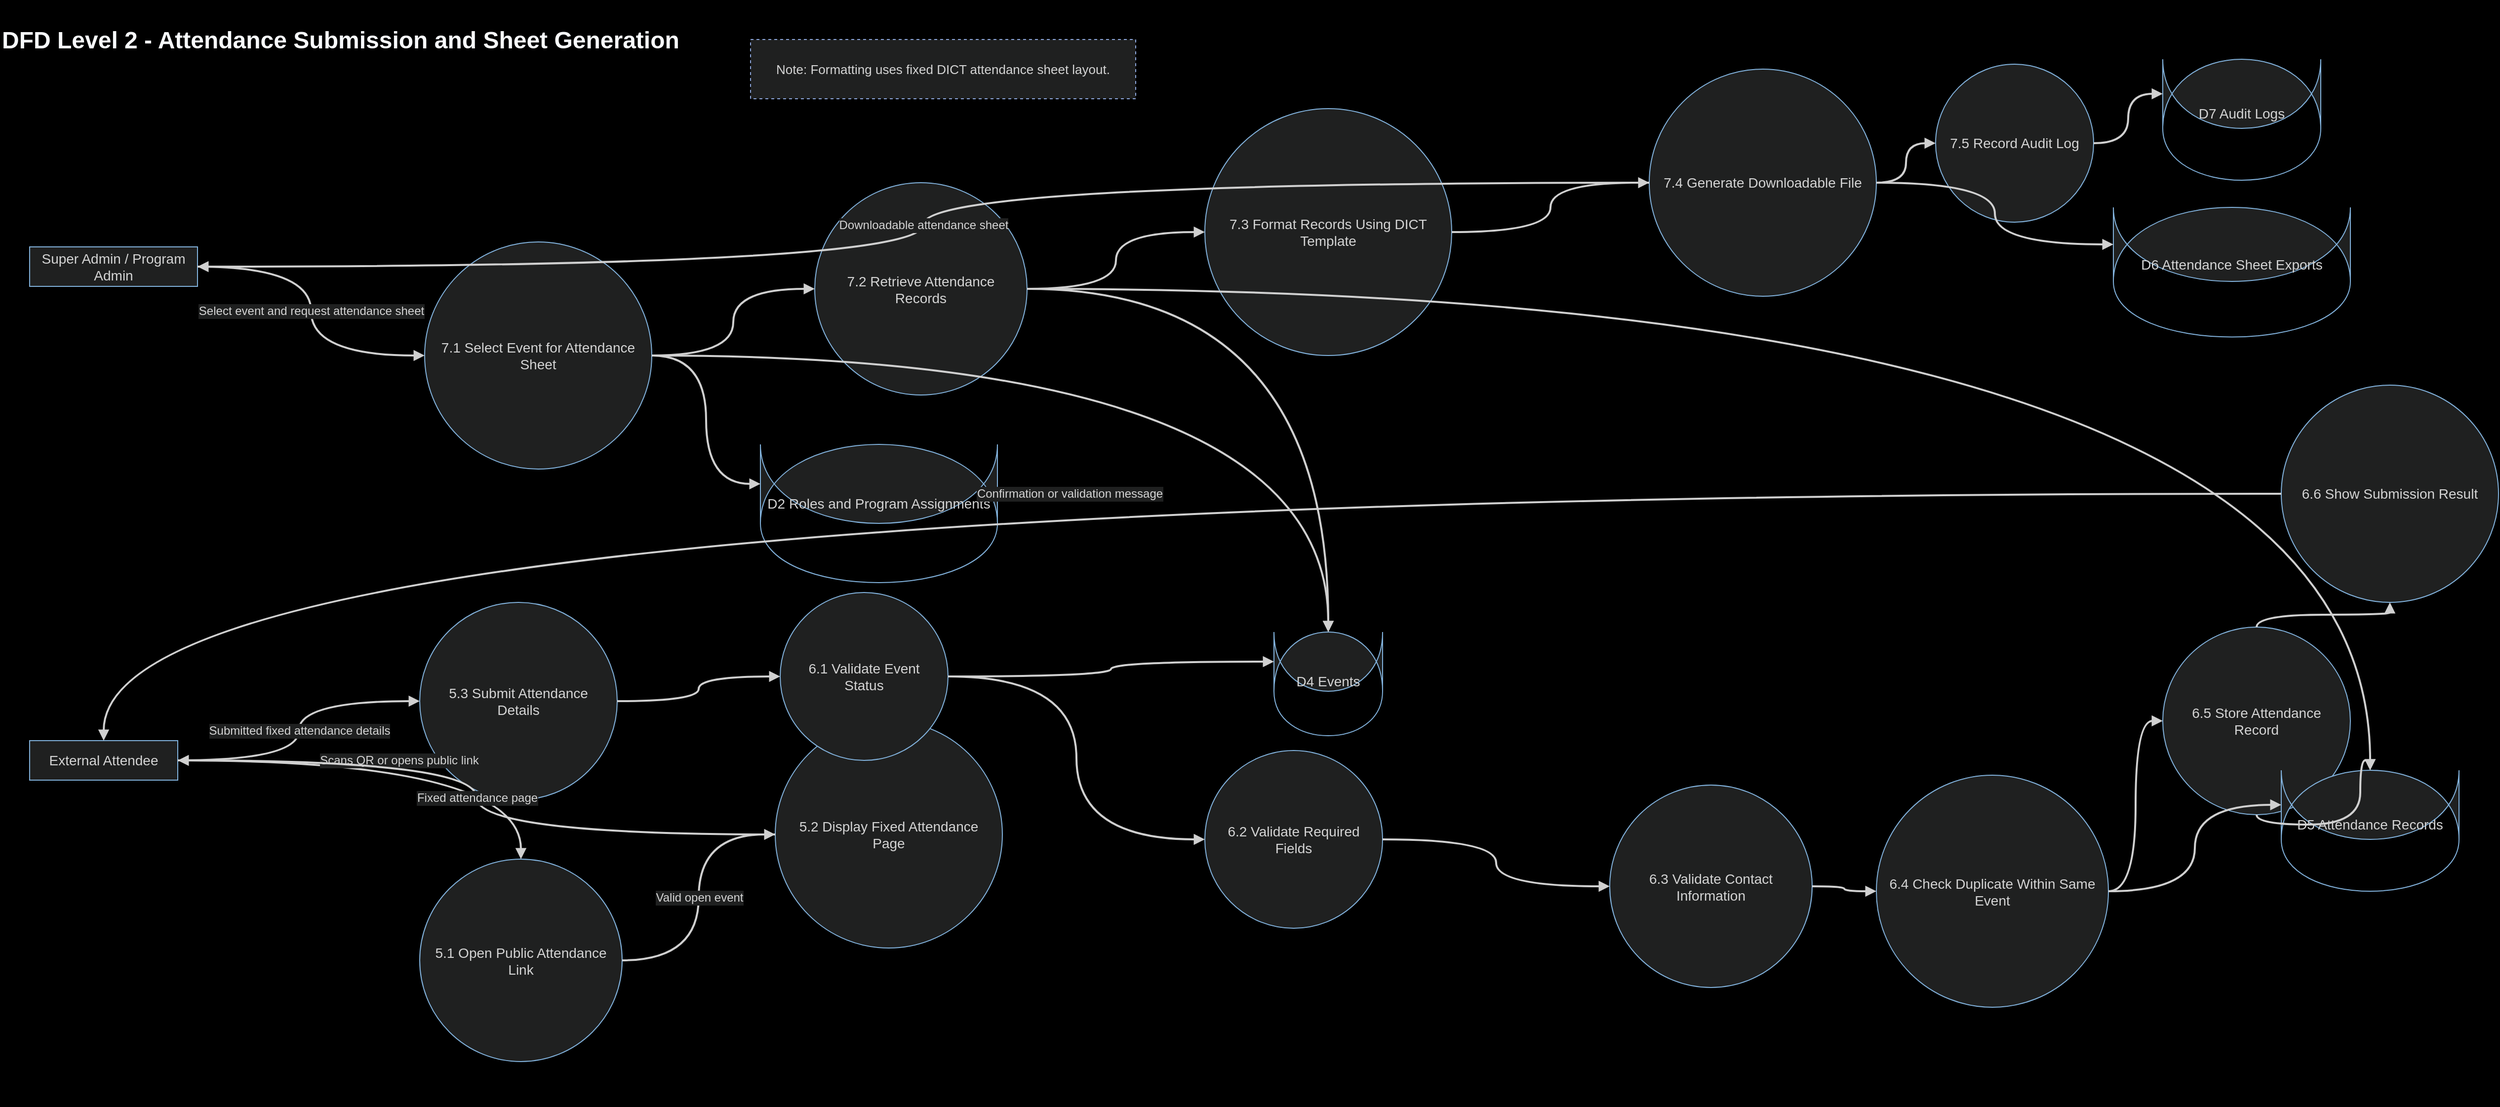
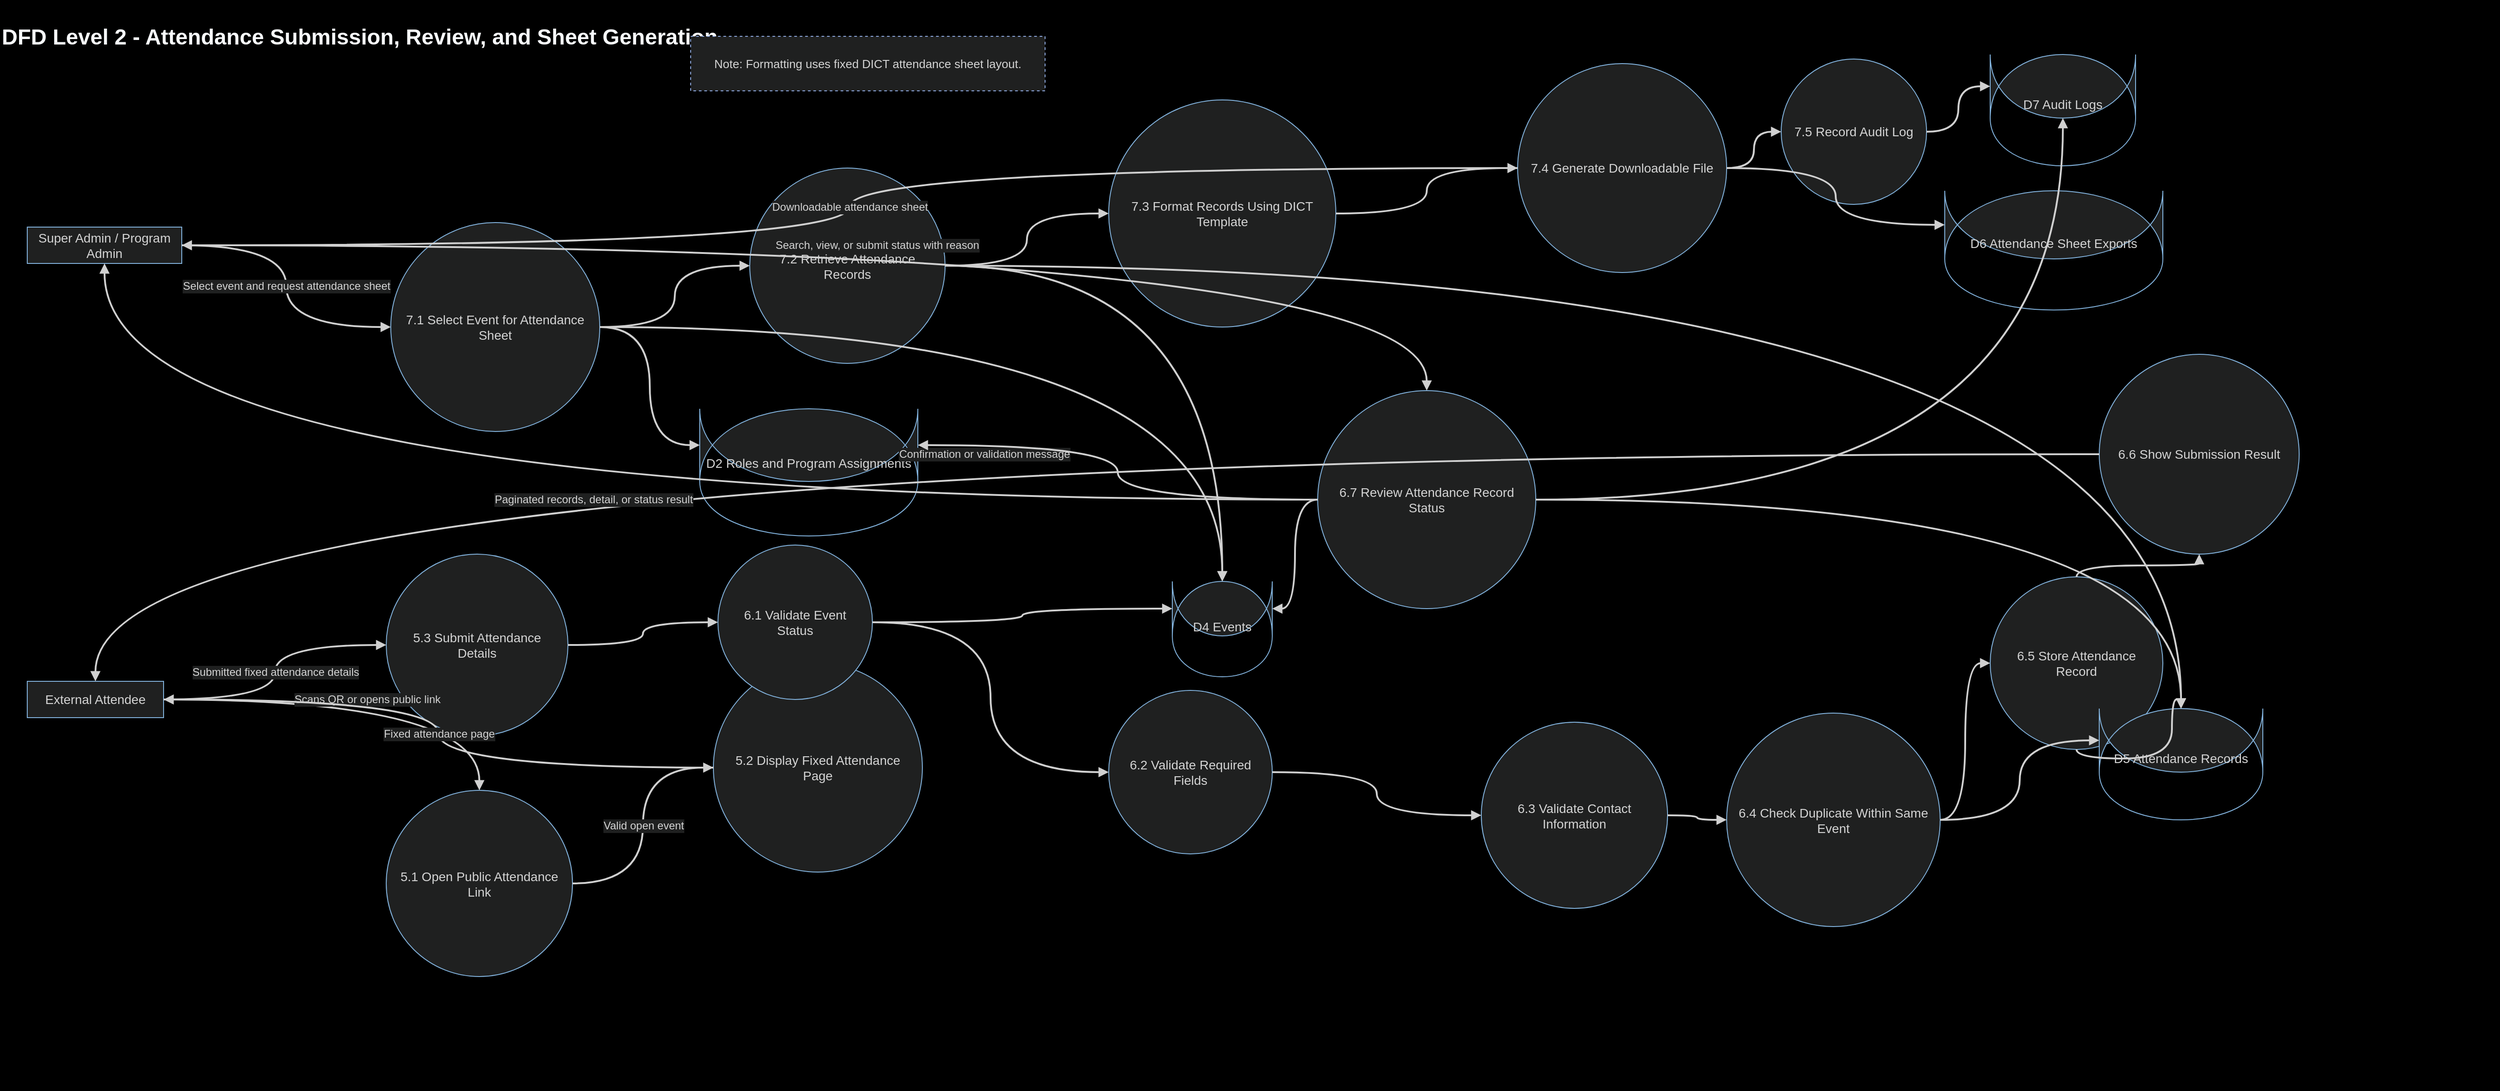
<?xml version='1.0' encoding='utf-8'?>
- <mxfile host="app.diagrams.net"><diagram name="DFD Level 2 - Attendance Submission and Sheet Generation"><mxGraphModel dx="2500" dy="1120" grid="1" gridSize="10" guides="1" tooltips="1" connect="1" arrows="1" fold="1" page="1" pageScale="1" pageWidth="2500" pageHeight="1120" background="#000000" math="0" shadow="0"><root><mxCell id="0" /><mxCell id="1" parent="0" /><mxCell id="background" value="" style="rounded=0;whiteSpace=wrap;html=1;fillColor=#000000;strokeColor=none;locked=1;" vertex="1" parent="1"><mxGeometry x="0" y="0" width="2500" height="1120" as="geometry" /></mxCell><mxCell id="title" value="DFD Level 2 - Attendance Submission and Sheet Generation" style="text;html=1;strokeColor=none;fillColor=none;fontColor=#f8fafc;fontStyle=1;fontSize=24;" vertex="1" parent="1"><mxGeometry x="0" y="20" width="2500" height="40" as="geometry" /></mxCell><mxCell id="note_template" value="Note: Formatting uses fixed DICT attendance sheet layout." style="rounded=0;whiteSpace=wrap;html=1;strokeColor=#8CA6DB;fillColor=#1f2020;fontColor=#d4d4d4;fontSize=13;spacing=8;dashed=1;" vertex="1" parent="1"><mxGeometry x="760" y="40" width="390" height="60" as="geometry" /></mxCell><mxCell id="admin" value="Super Admin / Program Admin" style="rounded=0;whiteSpace=wrap;html=1;strokeColor=#81B1DB;fillColor=#1f2020;fontColor=#d4d4d4;fontStyle=0;fontSize=14;spacing=8;" vertex="1" parent="1"><mxGeometry x="30" y="250" width="170" height="40" as="geometry" /></mxCell><mxCell id="attendee" value="External Attendee" style="rounded=0;whiteSpace=wrap;html=1;strokeColor=#81B1DB;fillColor=#1f2020;fontColor=#d4d4d4;fontStyle=0;fontSize=14;spacing=8;" vertex="1" parent="1"><mxGeometry x="30" y="750" width="150" height="40" as="geometry" /></mxCell><mxCell id="p71" value="7.1 Select Event for Attendance Sheet" style="ellipse;whiteSpace=wrap;html=1;strokeColor=#81B1DB;fillColor=#1f2020;fontColor=#d4d4d4;fontStyle=0;fontSize=14;spacing=8;" vertex="1" parent="1"><mxGeometry x="430" y="245" width="230" height="230" as="geometry" /></mxCell><mxCell id="p72" value="7.2 Retrieve Attendance Records" style="ellipse;whiteSpace=wrap;html=1;strokeColor=#81B1DB;fillColor=#1f2020;fontColor=#d4d4d4;fontStyle=0;fontSize=14;spacing=8;" vertex="1" parent="1"><mxGeometry x="825" y="185" width="215" height="215" as="geometry" /></mxCell><mxCell id="p73" value="7.3 Format Records Using DICT Template" style="ellipse;whiteSpace=wrap;html=1;strokeColor=#81B1DB;fillColor=#1f2020;fontColor=#d4d4d4;fontStyle=0;fontSize=14;spacing=8;" vertex="1" parent="1"><mxGeometry x="1220" y="110" width="250" height="250" as="geometry" /></mxCell><mxCell id="p74" value="7.4 Generate Downloadable File" style="ellipse;whiteSpace=wrap;html=1;strokeColor=#81B1DB;fillColor=#1f2020;fontColor=#d4d4d4;fontStyle=0;fontSize=14;spacing=8;" vertex="1" parent="1"><mxGeometry x="1670" y="70" width="230" height="230" as="geometry" /></mxCell><mxCell id="p75" value="7.5 Record Audit Log" style="ellipse;whiteSpace=wrap;html=1;strokeColor=#81B1DB;fillColor=#1f2020;fontColor=#d4d4d4;fontStyle=0;fontSize=14;spacing=8;" vertex="1" parent="1"><mxGeometry x="1960" y="65" width="160" height="160" as="geometry" /></mxCell><mxCell id="p51" value="5.1 Open Public Attendance Link" style="ellipse;whiteSpace=wrap;html=1;strokeColor=#81B1DB;fillColor=#1f2020;fontColor=#d4d4d4;fontStyle=0;fontSize=14;spacing=8;" vertex="1" parent="1"><mxGeometry x="425" y="870" width="205" height="205" as="geometry" /></mxCell><mxCell id="p52" value="5.2 Display Fixed Attendance Page" style="ellipse;whiteSpace=wrap;html=1;strokeColor=#81B1DB;fillColor=#1f2020;fontColor=#d4d4d4;fontStyle=0;fontSize=14;spacing=8;" vertex="1" parent="1"><mxGeometry x="785" y="730" width="230" height="230" as="geometry" /></mxCell><mxCell id="p53" value="5.3 Submit Attendance Details" style="ellipse;whiteSpace=wrap;html=1;strokeColor=#81B1DB;fillColor=#1f2020;fontColor=#d4d4d4;fontStyle=0;fontSize=14;spacing=8;" vertex="1" parent="1"><mxGeometry x="425" y="610" width="200" height="200" as="geometry" /></mxCell><mxCell id="p61" value="6.1 Validate Event Status" style="ellipse;whiteSpace=wrap;html=1;strokeColor=#81B1DB;fillColor=#1f2020;fontColor=#d4d4d4;fontStyle=0;fontSize=14;spacing=8;" vertex="1" parent="1"><mxGeometry x="790" y="600" width="170" height="170" as="geometry" /></mxCell><mxCell id="p62" value="6.2 Validate Required Fields" style="ellipse;whiteSpace=wrap;html=1;strokeColor=#81B1DB;fillColor=#1f2020;fontColor=#d4d4d4;fontStyle=0;fontSize=14;spacing=8;" vertex="1" parent="1"><mxGeometry x="1220" y="760" width="180" height="180" as="geometry" /></mxCell><mxCell id="p63" value="6.3 Validate Contact Information" style="ellipse;whiteSpace=wrap;html=1;strokeColor=#81B1DB;fillColor=#1f2020;fontColor=#d4d4d4;fontStyle=0;fontSize=14;spacing=8;" vertex="1" parent="1"><mxGeometry x="1630" y="795" width="205" height="205" as="geometry" /></mxCell><mxCell id="p64" value="6.4 Check Duplicate Within Same Event" style="ellipse;whiteSpace=wrap;html=1;strokeColor=#81B1DB;fillColor=#1f2020;fontColor=#d4d4d4;fontStyle=0;fontSize=14;spacing=8;" vertex="1" parent="1"><mxGeometry x="1900" y="785" width="235" height="235" as="geometry" /></mxCell><mxCell id="p65" value="6.5 Store Attendance Record" style="ellipse;whiteSpace=wrap;html=1;strokeColor=#81B1DB;fillColor=#1f2020;fontColor=#d4d4d4;fontStyle=0;fontSize=14;spacing=8;" vertex="1" parent="1"><mxGeometry x="2190" y="635" width="190" height="190" as="geometry" /></mxCell><mxCell id="p66" value="6.6 Show Submission Result" style="ellipse;whiteSpace=wrap;html=1;strokeColor=#81B1DB;fillColor=#1f2020;fontColor=#d4d4d4;fontStyle=0;fontSize=14;spacing=8;" vertex="1" parent="1"><mxGeometry x="2310" y="390" width="220" height="220" as="geometry" /></mxCell><mxCell id="d2" value="D2 Roles and Program Assignments" style="shape=cylinder;whiteSpace=wrap;html=1;boundedLbl=1;backgroundOutline=1;size=15;strokeColor=#81B1DB;fillColor=#1f2020;fontColor=#d4d4d4;fontSize=14;spacing=8;" vertex="1" parent="1"><mxGeometry x="770" y="450" width="240" height="80" as="geometry" /></mxCell><mxCell id="d4" value="D4 Events" style="shape=cylinder;whiteSpace=wrap;html=1;boundedLbl=1;backgroundOutline=1;size=15;strokeColor=#81B1DB;fillColor=#1f2020;fontColor=#d4d4d4;fontSize=14;spacing=8;" vertex="1" parent="1"><mxGeometry x="1290" y="640" width="110" height="60" as="geometry" /></mxCell><mxCell id="d5" value="D5 Attendance Records" style="shape=cylinder;whiteSpace=wrap;html=1;boundedLbl=1;backgroundOutline=1;size=15;strokeColor=#81B1DB;fillColor=#1f2020;fontColor=#d4d4d4;fontSize=14;spacing=8;" vertex="1" parent="1"><mxGeometry x="2310" y="780" width="180" height="70" as="geometry" /></mxCell><mxCell id="d6" value="D6 Attendance Sheet Exports" style="shape=cylinder;whiteSpace=wrap;html=1;boundedLbl=1;backgroundOutline=1;size=15;strokeColor=#81B1DB;fillColor=#1f2020;fontColor=#d4d4d4;fontSize=14;spacing=8;" vertex="1" parent="1"><mxGeometry x="2140" y="210" width="240" height="75" as="geometry" /></mxCell><mxCell id="d7" value="D7 Audit Logs" style="shape=cylinder;whiteSpace=wrap;html=1;boundedLbl=1;backgroundOutline=1;size=15;strokeColor=#81B1DB;fillColor=#1f2020;fontColor=#d4d4d4;fontSize=14;spacing=8;" vertex="1" parent="1"><mxGeometry x="2190" y="60" width="160" height="70" as="geometry" /></mxCell><mxCell id="e1" value="Scans QR or opens public link" style="edgeStyle=orthogonalEdgeStyle;rounded=1;curved=1;html=1;endArrow=block;strokeColor=#d0d0d0;fontColor=#d4d4d4;fontSize=12;labelBackgroundColor=#1f2020;strokeWidth=2;" edge="1" parent="1" source="attendee" target="p51"><mxGeometry relative="1" as="geometry" /></mxCell><mxCell id="e2" value="Valid open event" style="edgeStyle=orthogonalEdgeStyle;rounded=1;curved=1;html=1;endArrow=block;strokeColor=#d0d0d0;fontColor=#d4d4d4;fontSize=12;labelBackgroundColor=#1f2020;strokeWidth=2;" edge="1" parent="1" source="p51" target="p52"><mxGeometry relative="1" as="geometry" /></mxCell><mxCell id="e3" value="Fixed attendance page" style="edgeStyle=orthogonalEdgeStyle;rounded=1;curved=1;html=1;endArrow=block;strokeColor=#d0d0d0;fontColor=#d4d4d4;fontSize=12;labelBackgroundColor=#1f2020;strokeWidth=2;" edge="1" parent="1" source="p52" target="attendee"><mxGeometry relative="1" as="geometry" /></mxCell><mxCell id="e4" value="Submitted fixed attendance details" style="edgeStyle=orthogonalEdgeStyle;rounded=1;curved=1;html=1;endArrow=block;strokeColor=#d0d0d0;fontColor=#d4d4d4;fontSize=12;labelBackgroundColor=#1f2020;strokeWidth=2;" edge="1" parent="1" source="attendee" target="p53"><mxGeometry relative="1" as="geometry" /></mxCell><mxCell id="e5" value="" style="edgeStyle=orthogonalEdgeStyle;rounded=1;curved=1;html=1;endArrow=block;strokeColor=#d0d0d0;fontColor=#d4d4d4;fontSize=12;labelBackgroundColor=#1f2020;strokeWidth=2;" edge="1" parent="1" source="p53" target="p61"><mxGeometry relative="1" as="geometry" /></mxCell><mxCell id="e6" value="" style="edgeStyle=orthogonalEdgeStyle;rounded=1;curved=1;html=1;endArrow=block;strokeColor=#d0d0d0;fontColor=#d4d4d4;fontSize=12;labelBackgroundColor=#1f2020;strokeWidth=2;" edge="1" parent="1" source="p61" target="d4"><mxGeometry relative="1" as="geometry" /></mxCell><mxCell id="e7" value="" style="edgeStyle=orthogonalEdgeStyle;rounded=1;curved=1;html=1;endArrow=block;strokeColor=#d0d0d0;fontColor=#d4d4d4;fontSize=12;labelBackgroundColor=#1f2020;strokeWidth=2;" edge="1" parent="1" source="p61" target="p62"><mxGeometry relative="1" as="geometry" /></mxCell><mxCell id="e8" value="" style="edgeStyle=orthogonalEdgeStyle;rounded=1;curved=1;html=1;endArrow=block;strokeColor=#d0d0d0;fontColor=#d4d4d4;fontSize=12;labelBackgroundColor=#1f2020;strokeWidth=2;" edge="1" parent="1" source="p62" target="p63"><mxGeometry relative="1" as="geometry" /></mxCell><mxCell id="e9" value="" style="edgeStyle=orthogonalEdgeStyle;rounded=1;curved=1;html=1;endArrow=block;strokeColor=#d0d0d0;fontColor=#d4d4d4;fontSize=12;labelBackgroundColor=#1f2020;strokeWidth=2;" edge="1" parent="1" source="p63" target="p64"><mxGeometry relative="1" as="geometry" /></mxCell><mxCell id="e10" value="" style="edgeStyle=orthogonalEdgeStyle;rounded=1;curved=1;html=1;endArrow=block;strokeColor=#d0d0d0;fontColor=#d4d4d4;fontSize=12;labelBackgroundColor=#1f2020;strokeWidth=2;" edge="1" parent="1" source="p64" target="p65"><mxGeometry relative="1" as="geometry" /></mxCell><mxCell id="e11" value="" style="edgeStyle=orthogonalEdgeStyle;rounded=1;curved=1;html=1;endArrow=block;strokeColor=#d0d0d0;fontColor=#d4d4d4;fontSize=12;labelBackgroundColor=#1f2020;strokeWidth=2;" edge="1" parent="1" source="p64" target="d5"><mxGeometry relative="1" as="geometry" /></mxCell><mxCell id="e12" value="" style="edgeStyle=orthogonalEdgeStyle;rounded=1;curved=1;html=1;endArrow=block;strokeColor=#d0d0d0;fontColor=#d4d4d4;fontSize=12;labelBackgroundColor=#1f2020;strokeWidth=2;" edge="1" parent="1" source="p65" target="d5"><mxGeometry relative="1" as="geometry" /></mxCell><mxCell id="e13" value="" style="edgeStyle=orthogonalEdgeStyle;rounded=1;curved=1;html=1;endArrow=block;strokeColor=#d0d0d0;fontColor=#d4d4d4;fontSize=12;labelBackgroundColor=#1f2020;strokeWidth=2;" edge="1" parent="1" source="p65" target="p66"><mxGeometry relative="1" as="geometry" /></mxCell><mxCell id="e14" value="Confirmation or validation message" style="edgeStyle=orthogonalEdgeStyle;rounded=1;curved=1;html=1;endArrow=block;strokeColor=#d0d0d0;fontColor=#d4d4d4;fontSize=12;labelBackgroundColor=#1f2020;strokeWidth=2;" edge="1" parent="1" source="p66" target="attendee"><mxGeometry relative="1" as="geometry" /></mxCell><mxCell id="e15" value="Select event and request attendance sheet" style="edgeStyle=orthogonalEdgeStyle;rounded=1;curved=1;html=1;endArrow=block;strokeColor=#d0d0d0;fontColor=#d4d4d4;fontSize=12;labelBackgroundColor=#1f2020;strokeWidth=2;" edge="1" parent="1" source="admin" target="p71"><mxGeometry relative="1" as="geometry" /></mxCell><mxCell id="e16" value="" style="edgeStyle=orthogonalEdgeStyle;rounded=1;curved=1;html=1;endArrow=block;strokeColor=#d0d0d0;fontColor=#d4d4d4;fontSize=12;labelBackgroundColor=#1f2020;strokeWidth=2;" edge="1" parent="1" source="p71" target="d2"><mxGeometry relative="1" as="geometry" /></mxCell><mxCell id="e17" value="" style="edgeStyle=orthogonalEdgeStyle;rounded=1;curved=1;html=1;endArrow=block;strokeColor=#d0d0d0;fontColor=#d4d4d4;fontSize=12;labelBackgroundColor=#1f2020;strokeWidth=2;" edge="1" parent="1" source="p71" target="d4"><mxGeometry relative="1" as="geometry" /></mxCell><mxCell id="e18" value="" style="edgeStyle=orthogonalEdgeStyle;rounded=1;curved=1;html=1;endArrow=block;strokeColor=#d0d0d0;fontColor=#d4d4d4;fontSize=12;labelBackgroundColor=#1f2020;strokeWidth=2;" edge="1" parent="1" source="p71" target="p72"><mxGeometry relative="1" as="geometry" /></mxCell><mxCell id="e19" value="" style="edgeStyle=orthogonalEdgeStyle;rounded=1;curved=1;html=1;endArrow=block;strokeColor=#d0d0d0;fontColor=#d4d4d4;fontSize=12;labelBackgroundColor=#1f2020;strokeWidth=2;" edge="1" parent="1" source="p72" target="d4"><mxGeometry relative="1" as="geometry" /></mxCell><mxCell id="e20" value="" style="edgeStyle=orthogonalEdgeStyle;rounded=1;curved=1;html=1;endArrow=block;strokeColor=#d0d0d0;fontColor=#d4d4d4;fontSize=12;labelBackgroundColor=#1f2020;strokeWidth=2;" edge="1" parent="1" source="p72" target="d5"><mxGeometry relative="1" as="geometry" /></mxCell><mxCell id="e21" value="" style="edgeStyle=orthogonalEdgeStyle;rounded=1;curved=1;html=1;endArrow=block;strokeColor=#d0d0d0;fontColor=#d4d4d4;fontSize=12;labelBackgroundColor=#1f2020;strokeWidth=2;" edge="1" parent="1" source="p72" target="p73"><mxGeometry relative="1" as="geometry" /></mxCell><mxCell id="e22" value="" style="edgeStyle=orthogonalEdgeStyle;rounded=1;curved=1;html=1;endArrow=block;strokeColor=#d0d0d0;fontColor=#d4d4d4;fontSize=12;labelBackgroundColor=#1f2020;strokeWidth=2;" edge="1" parent="1" source="p73" target="p74"><mxGeometry relative="1" as="geometry" /></mxCell><mxCell id="e23" value="Downloadable attendance sheet" style="edgeStyle=orthogonalEdgeStyle;rounded=1;curved=1;html=1;endArrow=block;strokeColor=#d0d0d0;fontColor=#d4d4d4;fontSize=12;labelBackgroundColor=#1f2020;strokeWidth=2;" edge="1" parent="1" source="p74" target="admin"><mxGeometry relative="1" as="geometry" /></mxCell><mxCell id="e24" value="" style="edgeStyle=orthogonalEdgeStyle;rounded=1;curved=1;html=1;endArrow=block;strokeColor=#d0d0d0;fontColor=#d4d4d4;fontSize=12;labelBackgroundColor=#1f2020;strokeWidth=2;" edge="1" parent="1" source="p74" target="d6"><mxGeometry relative="1" as="geometry" /></mxCell><mxCell id="e25" value="" style="edgeStyle=orthogonalEdgeStyle;rounded=1;curved=1;html=1;endArrow=block;strokeColor=#d0d0d0;fontColor=#d4d4d4;fontSize=12;labelBackgroundColor=#1f2020;strokeWidth=2;" edge="1" parent="1" source="p74" target="p75"><mxGeometry relative="1" as="geometry" /></mxCell><mxCell id="e26" value="" style="edgeStyle=orthogonalEdgeStyle;rounded=1;curved=1;html=1;endArrow=block;strokeColor=#d0d0d0;fontColor=#d4d4d4;fontSize=12;labelBackgroundColor=#1f2020;strokeWidth=2;" edge="1" parent="1" source="p75" target="d7"><mxGeometry relative="1" as="geometry" /></mxCell></root></mxGraphModel></diagram></mxfile>+ <mxfile host="app.diagrams.net"><diagram name="DFD Level 2 - Attendance Submission, Review, and Sheet Generation"><mxGraphModel dx="2750" dy="1200" grid="1" gridSize="10" guides="1" tooltips="1" connect="1" arrows="1" fold="1" page="1" pageScale="1" pageWidth="2750" pageHeight="1200" background="#000000" math="0" shadow="0"><root><mxCell id="0" /><mxCell id="1" parent="0" /><mxCell id="background" value="" style="rounded=0;whiteSpace=wrap;html=1;fillColor=#000000;strokeColor=none;locked=1;" vertex="1" parent="1"><mxGeometry x="0" y="0" width="2750" height="1200" as="geometry" /></mxCell><mxCell id="title" value="DFD Level 2 - Attendance Submission, Review, and Sheet Generation" style="text;html=1;strokeColor=none;fillColor=none;fontColor=#f8fafc;fontStyle=1;fontSize=24;" vertex="1" parent="1"><mxGeometry x="0" y="20" width="2750" height="40" as="geometry" /></mxCell><mxCell id="note_template" value="Note: Formatting uses fixed DICT attendance sheet layout." style="rounded=0;whiteSpace=wrap;html=1;strokeColor=#8CA6DB;fillColor=#1f2020;fontColor=#d4d4d4;fontSize=13;spacing=8;dashed=1;" vertex="1" parent="1"><mxGeometry x="760" y="40" width="390" height="60" as="geometry" /></mxCell><mxCell id="admin" value="Super Admin / Program Admin" style="rounded=0;whiteSpace=wrap;html=1;strokeColor=#81B1DB;fillColor=#1f2020;fontColor=#d4d4d4;fontStyle=0;fontSize=14;spacing=8;" vertex="1" parent="1"><mxGeometry x="30" y="250" width="170" height="40" as="geometry" /></mxCell><mxCell id="attendee" value="External Attendee" style="rounded=0;whiteSpace=wrap;html=1;strokeColor=#81B1DB;fillColor=#1f2020;fontColor=#d4d4d4;fontStyle=0;fontSize=14;spacing=8;" vertex="1" parent="1"><mxGeometry x="30" y="750" width="150" height="40" as="geometry" /></mxCell><mxCell id="p71" value="7.1 Select Event for Attendance Sheet" style="ellipse;whiteSpace=wrap;html=1;strokeColor=#81B1DB;fillColor=#1f2020;fontColor=#d4d4d4;fontStyle=0;fontSize=14;spacing=8;" vertex="1" parent="1"><mxGeometry x="430" y="245" width="230" height="230" as="geometry" /></mxCell><mxCell id="p72" value="7.2 Retrieve Attendance Records" style="ellipse;whiteSpace=wrap;html=1;strokeColor=#81B1DB;fillColor=#1f2020;fontColor=#d4d4d4;fontStyle=0;fontSize=14;spacing=8;" vertex="1" parent="1"><mxGeometry x="825" y="185" width="215" height="215" as="geometry" /></mxCell><mxCell id="p73" value="7.3 Format Records Using DICT Template" style="ellipse;whiteSpace=wrap;html=1;strokeColor=#81B1DB;fillColor=#1f2020;fontColor=#d4d4d4;fontStyle=0;fontSize=14;spacing=8;" vertex="1" parent="1"><mxGeometry x="1220" y="110" width="250" height="250" as="geometry" /></mxCell><mxCell id="p74" value="7.4 Generate Downloadable File" style="ellipse;whiteSpace=wrap;html=1;strokeColor=#81B1DB;fillColor=#1f2020;fontColor=#d4d4d4;fontStyle=0;fontSize=14;spacing=8;" vertex="1" parent="1"><mxGeometry x="1670" y="70" width="230" height="230" as="geometry" /></mxCell><mxCell id="p75" value="7.5 Record Audit Log" style="ellipse;whiteSpace=wrap;html=1;strokeColor=#81B1DB;fillColor=#1f2020;fontColor=#d4d4d4;fontStyle=0;fontSize=14;spacing=8;" vertex="1" parent="1"><mxGeometry x="1960" y="65" width="160" height="160" as="geometry" /></mxCell><mxCell id="p51" value="5.1 Open Public Attendance Link" style="ellipse;whiteSpace=wrap;html=1;strokeColor=#81B1DB;fillColor=#1f2020;fontColor=#d4d4d4;fontStyle=0;fontSize=14;spacing=8;" vertex="1" parent="1"><mxGeometry x="425" y="870" width="205" height="205" as="geometry" /></mxCell><mxCell id="p52" value="5.2 Display Fixed Attendance Page" style="ellipse;whiteSpace=wrap;html=1;strokeColor=#81B1DB;fillColor=#1f2020;fontColor=#d4d4d4;fontStyle=0;fontSize=14;spacing=8;" vertex="1" parent="1"><mxGeometry x="785" y="730" width="230" height="230" as="geometry" /></mxCell><mxCell id="p53" value="5.3 Submit Attendance Details" style="ellipse;whiteSpace=wrap;html=1;strokeColor=#81B1DB;fillColor=#1f2020;fontColor=#d4d4d4;fontStyle=0;fontSize=14;spacing=8;" vertex="1" parent="1"><mxGeometry x="425" y="610" width="200" height="200" as="geometry" /></mxCell><mxCell id="p61" value="6.1 Validate Event Status" style="ellipse;whiteSpace=wrap;html=1;strokeColor=#81B1DB;fillColor=#1f2020;fontColor=#d4d4d4;fontStyle=0;fontSize=14;spacing=8;" vertex="1" parent="1"><mxGeometry x="790" y="600" width="170" height="170" as="geometry" /></mxCell><mxCell id="p62" value="6.2 Validate Required Fields" style="ellipse;whiteSpace=wrap;html=1;strokeColor=#81B1DB;fillColor=#1f2020;fontColor=#d4d4d4;fontStyle=0;fontSize=14;spacing=8;" vertex="1" parent="1"><mxGeometry x="1220" y="760" width="180" height="180" as="geometry" /></mxCell><mxCell id="p63" value="6.3 Validate Contact Information" style="ellipse;whiteSpace=wrap;html=1;strokeColor=#81B1DB;fillColor=#1f2020;fontColor=#d4d4d4;fontStyle=0;fontSize=14;spacing=8;" vertex="1" parent="1"><mxGeometry x="1630" y="795" width="205" height="205" as="geometry" /></mxCell><mxCell id="p64" value="6.4 Check Duplicate Within Same Event" style="ellipse;whiteSpace=wrap;html=1;strokeColor=#81B1DB;fillColor=#1f2020;fontColor=#d4d4d4;fontStyle=0;fontSize=14;spacing=8;" vertex="1" parent="1"><mxGeometry x="1900" y="785" width="235" height="235" as="geometry" /></mxCell><mxCell id="p65" value="6.5 Store Attendance Record" style="ellipse;whiteSpace=wrap;html=1;strokeColor=#81B1DB;fillColor=#1f2020;fontColor=#d4d4d4;fontStyle=0;fontSize=14;spacing=8;" vertex="1" parent="1"><mxGeometry x="2190" y="635" width="190" height="190" as="geometry" /></mxCell><mxCell id="p66" value="6.6 Show Submission Result" style="ellipse;whiteSpace=wrap;html=1;strokeColor=#81B1DB;fillColor=#1f2020;fontColor=#d4d4d4;fontStyle=0;fontSize=14;spacing=8;" vertex="1" parent="1"><mxGeometry x="2310" y="390" width="220" height="220" as="geometry" /></mxCell><mxCell id="p67" value="6.7 Review Attendance Record Status" style="ellipse;whiteSpace=wrap;html=1;strokeColor=#81B1DB;fillColor=#1f2020;fontColor=#d4d4d4;fontStyle=0;fontSize=14;spacing=8;" vertex="1" parent="1"><mxGeometry x="1450" y="430" width="240" height="240" as="geometry" /></mxCell><mxCell id="d2" value="D2 Roles and Program Assignments" style="shape=cylinder;whiteSpace=wrap;html=1;boundedLbl=1;backgroundOutline=1;size=15;strokeColor=#81B1DB;fillColor=#1f2020;fontColor=#d4d4d4;fontSize=14;spacing=8;" vertex="1" parent="1"><mxGeometry x="770" y="450" width="240" height="80" as="geometry" /></mxCell><mxCell id="d4" value="D4 Events" style="shape=cylinder;whiteSpace=wrap;html=1;boundedLbl=1;backgroundOutline=1;size=15;strokeColor=#81B1DB;fillColor=#1f2020;fontColor=#d4d4d4;fontSize=14;spacing=8;" vertex="1" parent="1"><mxGeometry x="1290" y="640" width="110" height="60" as="geometry" /></mxCell><mxCell id="d5" value="D5 Attendance Records" style="shape=cylinder;whiteSpace=wrap;html=1;boundedLbl=1;backgroundOutline=1;size=15;strokeColor=#81B1DB;fillColor=#1f2020;fontColor=#d4d4d4;fontSize=14;spacing=8;" vertex="1" parent="1"><mxGeometry x="2310" y="780" width="180" height="70" as="geometry" /></mxCell><mxCell id="d6" value="D6 Attendance Sheet Exports" style="shape=cylinder;whiteSpace=wrap;html=1;boundedLbl=1;backgroundOutline=1;size=15;strokeColor=#81B1DB;fillColor=#1f2020;fontColor=#d4d4d4;fontSize=14;spacing=8;" vertex="1" parent="1"><mxGeometry x="2140" y="210" width="240" height="75" as="geometry" /></mxCell><mxCell id="d7" value="D7 Audit Logs" style="shape=cylinder;whiteSpace=wrap;html=1;boundedLbl=1;backgroundOutline=1;size=15;strokeColor=#81B1DB;fillColor=#1f2020;fontColor=#d4d4d4;fontSize=14;spacing=8;" vertex="1" parent="1"><mxGeometry x="2190" y="60" width="160" height="70" as="geometry" /></mxCell><mxCell id="e1" value="Scans QR or opens public link" style="edgeStyle=orthogonalEdgeStyle;rounded=1;curved=1;html=1;endArrow=block;strokeColor=#d0d0d0;fontColor=#d4d4d4;fontSize=12;labelBackgroundColor=#1f2020;strokeWidth=2;" edge="1" parent="1" source="attendee" target="p51"><mxGeometry relative="1" as="geometry" /></mxCell><mxCell id="e2" value="Valid open event" style="edgeStyle=orthogonalEdgeStyle;rounded=1;curved=1;html=1;endArrow=block;strokeColor=#d0d0d0;fontColor=#d4d4d4;fontSize=12;labelBackgroundColor=#1f2020;strokeWidth=2;" edge="1" parent="1" source="p51" target="p52"><mxGeometry relative="1" as="geometry" /></mxCell><mxCell id="e3" value="Fixed attendance page" style="edgeStyle=orthogonalEdgeStyle;rounded=1;curved=1;html=1;endArrow=block;strokeColor=#d0d0d0;fontColor=#d4d4d4;fontSize=12;labelBackgroundColor=#1f2020;strokeWidth=2;" edge="1" parent="1" source="p52" target="attendee"><mxGeometry relative="1" as="geometry" /></mxCell><mxCell id="e4" value="Submitted fixed attendance details" style="edgeStyle=orthogonalEdgeStyle;rounded=1;curved=1;html=1;endArrow=block;strokeColor=#d0d0d0;fontColor=#d4d4d4;fontSize=12;labelBackgroundColor=#1f2020;strokeWidth=2;" edge="1" parent="1" source="attendee" target="p53"><mxGeometry relative="1" as="geometry" /></mxCell><mxCell id="e5" value="" style="edgeStyle=orthogonalEdgeStyle;rounded=1;curved=1;html=1;endArrow=block;strokeColor=#d0d0d0;fontColor=#d4d4d4;fontSize=12;labelBackgroundColor=#1f2020;strokeWidth=2;" edge="1" parent="1" source="p53" target="p61"><mxGeometry relative="1" as="geometry" /></mxCell><mxCell id="e6" value="" style="edgeStyle=orthogonalEdgeStyle;rounded=1;curved=1;html=1;endArrow=block;strokeColor=#d0d0d0;fontColor=#d4d4d4;fontSize=12;labelBackgroundColor=#1f2020;strokeWidth=2;" edge="1" parent="1" source="p61" target="d4"><mxGeometry relative="1" as="geometry" /></mxCell><mxCell id="e7" value="" style="edgeStyle=orthogonalEdgeStyle;rounded=1;curved=1;html=1;endArrow=block;strokeColor=#d0d0d0;fontColor=#d4d4d4;fontSize=12;labelBackgroundColor=#1f2020;strokeWidth=2;" edge="1" parent="1" source="p61" target="p62"><mxGeometry relative="1" as="geometry" /></mxCell><mxCell id="e8" value="" style="edgeStyle=orthogonalEdgeStyle;rounded=1;curved=1;html=1;endArrow=block;strokeColor=#d0d0d0;fontColor=#d4d4d4;fontSize=12;labelBackgroundColor=#1f2020;strokeWidth=2;" edge="1" parent="1" source="p62" target="p63"><mxGeometry relative="1" as="geometry" /></mxCell><mxCell id="e9" value="" style="edgeStyle=orthogonalEdgeStyle;rounded=1;curved=1;html=1;endArrow=block;strokeColor=#d0d0d0;fontColor=#d4d4d4;fontSize=12;labelBackgroundColor=#1f2020;strokeWidth=2;" edge="1" parent="1" source="p63" target="p64"><mxGeometry relative="1" as="geometry" /></mxCell><mxCell id="e10" value="" style="edgeStyle=orthogonalEdgeStyle;rounded=1;curved=1;html=1;endArrow=block;strokeColor=#d0d0d0;fontColor=#d4d4d4;fontSize=12;labelBackgroundColor=#1f2020;strokeWidth=2;" edge="1" parent="1" source="p64" target="p65"><mxGeometry relative="1" as="geometry" /></mxCell><mxCell id="e11" value="" style="edgeStyle=orthogonalEdgeStyle;rounded=1;curved=1;html=1;endArrow=block;strokeColor=#d0d0d0;fontColor=#d4d4d4;fontSize=12;labelBackgroundColor=#1f2020;strokeWidth=2;" edge="1" parent="1" source="p64" target="d5"><mxGeometry relative="1" as="geometry" /></mxCell><mxCell id="e12" value="" style="edgeStyle=orthogonalEdgeStyle;rounded=1;curved=1;html=1;endArrow=block;strokeColor=#d0d0d0;fontColor=#d4d4d4;fontSize=12;labelBackgroundColor=#1f2020;strokeWidth=2;" edge="1" parent="1" source="p65" target="d5"><mxGeometry relative="1" as="geometry" /></mxCell><mxCell id="e13" value="" style="edgeStyle=orthogonalEdgeStyle;rounded=1;curved=1;html=1;endArrow=block;strokeColor=#d0d0d0;fontColor=#d4d4d4;fontSize=12;labelBackgroundColor=#1f2020;strokeWidth=2;" edge="1" parent="1" source="p65" target="p66"><mxGeometry relative="1" as="geometry" /></mxCell><mxCell id="e14" value="Confirmation or validation message" style="edgeStyle=orthogonalEdgeStyle;rounded=1;curved=1;html=1;endArrow=block;strokeColor=#d0d0d0;fontColor=#d4d4d4;fontSize=12;labelBackgroundColor=#1f2020;strokeWidth=2;" edge="1" parent="1" source="p66" target="attendee"><mxGeometry relative="1" as="geometry" /></mxCell><mxCell id="e15" value="Search, view, or submit status with reason" style="edgeStyle=orthogonalEdgeStyle;rounded=1;curved=1;html=1;endArrow=block;strokeColor=#d0d0d0;fontColor=#d4d4d4;fontSize=12;labelBackgroundColor=#1f2020;strokeWidth=2;" edge="1" parent="1" source="admin" target="p67"><mxGeometry relative="1" as="geometry" /></mxCell><mxCell id="e16" value="" style="edgeStyle=orthogonalEdgeStyle;rounded=1;curved=1;html=1;endArrow=block;strokeColor=#d0d0d0;fontColor=#d4d4d4;fontSize=12;labelBackgroundColor=#1f2020;strokeWidth=2;" edge="1" parent="1" source="p67" target="d2"><mxGeometry relative="1" as="geometry" /></mxCell><mxCell id="e17" value="" style="edgeStyle=orthogonalEdgeStyle;rounded=1;curved=1;html=1;endArrow=block;strokeColor=#d0d0d0;fontColor=#d4d4d4;fontSize=12;labelBackgroundColor=#1f2020;strokeWidth=2;" edge="1" parent="1" source="p67" target="d4"><mxGeometry relative="1" as="geometry" /></mxCell><mxCell id="e18" value="" style="edgeStyle=orthogonalEdgeStyle;rounded=1;curved=1;html=1;endArrow=block;strokeColor=#d0d0d0;fontColor=#d4d4d4;fontSize=12;labelBackgroundColor=#1f2020;strokeWidth=2;" edge="1" parent="1" source="p67" target="d5"><mxGeometry relative="1" as="geometry" /></mxCell><mxCell id="e19" value="" style="edgeStyle=orthogonalEdgeStyle;rounded=1;curved=1;html=1;endArrow=block;strokeColor=#d0d0d0;fontColor=#d4d4d4;fontSize=12;labelBackgroundColor=#1f2020;strokeWidth=2;" edge="1" parent="1" source="p67" target="d7"><mxGeometry relative="1" as="geometry" /></mxCell><mxCell id="e20" value="Paginated records, detail, or status result" style="edgeStyle=orthogonalEdgeStyle;rounded=1;curved=1;html=1;endArrow=block;strokeColor=#d0d0d0;fontColor=#d4d4d4;fontSize=12;labelBackgroundColor=#1f2020;strokeWidth=2;" edge="1" parent="1" source="p67" target="admin"><mxGeometry relative="1" as="geometry" /></mxCell><mxCell id="e21" value="Select event and request attendance sheet" style="edgeStyle=orthogonalEdgeStyle;rounded=1;curved=1;html=1;endArrow=block;strokeColor=#d0d0d0;fontColor=#d4d4d4;fontSize=12;labelBackgroundColor=#1f2020;strokeWidth=2;" edge="1" parent="1" source="admin" target="p71"><mxGeometry relative="1" as="geometry" /></mxCell><mxCell id="e22" value="" style="edgeStyle=orthogonalEdgeStyle;rounded=1;curved=1;html=1;endArrow=block;strokeColor=#d0d0d0;fontColor=#d4d4d4;fontSize=12;labelBackgroundColor=#1f2020;strokeWidth=2;" edge="1" parent="1" source="p71" target="d2"><mxGeometry relative="1" as="geometry" /></mxCell><mxCell id="e23" value="" style="edgeStyle=orthogonalEdgeStyle;rounded=1;curved=1;html=1;endArrow=block;strokeColor=#d0d0d0;fontColor=#d4d4d4;fontSize=12;labelBackgroundColor=#1f2020;strokeWidth=2;" edge="1" parent="1" source="p71" target="d4"><mxGeometry relative="1" as="geometry" /></mxCell><mxCell id="e24" value="" style="edgeStyle=orthogonalEdgeStyle;rounded=1;curved=1;html=1;endArrow=block;strokeColor=#d0d0d0;fontColor=#d4d4d4;fontSize=12;labelBackgroundColor=#1f2020;strokeWidth=2;" edge="1" parent="1" source="p71" target="p72"><mxGeometry relative="1" as="geometry" /></mxCell><mxCell id="e25" value="" style="edgeStyle=orthogonalEdgeStyle;rounded=1;curved=1;html=1;endArrow=block;strokeColor=#d0d0d0;fontColor=#d4d4d4;fontSize=12;labelBackgroundColor=#1f2020;strokeWidth=2;" edge="1" parent="1" source="p72" target="d4"><mxGeometry relative="1" as="geometry" /></mxCell><mxCell id="e26" value="" style="edgeStyle=orthogonalEdgeStyle;rounded=1;curved=1;html=1;endArrow=block;strokeColor=#d0d0d0;fontColor=#d4d4d4;fontSize=12;labelBackgroundColor=#1f2020;strokeWidth=2;" edge="1" parent="1" source="p72" target="d5"><mxGeometry relative="1" as="geometry" /></mxCell><mxCell id="e27" value="" style="edgeStyle=orthogonalEdgeStyle;rounded=1;curved=1;html=1;endArrow=block;strokeColor=#d0d0d0;fontColor=#d4d4d4;fontSize=12;labelBackgroundColor=#1f2020;strokeWidth=2;" edge="1" parent="1" source="p72" target="p73"><mxGeometry relative="1" as="geometry" /></mxCell><mxCell id="e28" value="" style="edgeStyle=orthogonalEdgeStyle;rounded=1;curved=1;html=1;endArrow=block;strokeColor=#d0d0d0;fontColor=#d4d4d4;fontSize=12;labelBackgroundColor=#1f2020;strokeWidth=2;" edge="1" parent="1" source="p73" target="p74"><mxGeometry relative="1" as="geometry" /></mxCell><mxCell id="e29" value="Downloadable attendance sheet" style="edgeStyle=orthogonalEdgeStyle;rounded=1;curved=1;html=1;endArrow=block;strokeColor=#d0d0d0;fontColor=#d4d4d4;fontSize=12;labelBackgroundColor=#1f2020;strokeWidth=2;" edge="1" parent="1" source="p74" target="admin"><mxGeometry relative="1" as="geometry" /></mxCell><mxCell id="e30" value="" style="edgeStyle=orthogonalEdgeStyle;rounded=1;curved=1;html=1;endArrow=block;strokeColor=#d0d0d0;fontColor=#d4d4d4;fontSize=12;labelBackgroundColor=#1f2020;strokeWidth=2;" edge="1" parent="1" source="p74" target="d6"><mxGeometry relative="1" as="geometry" /></mxCell><mxCell id="e31" value="" style="edgeStyle=orthogonalEdgeStyle;rounded=1;curved=1;html=1;endArrow=block;strokeColor=#d0d0d0;fontColor=#d4d4d4;fontSize=12;labelBackgroundColor=#1f2020;strokeWidth=2;" edge="1" parent="1" source="p74" target="p75"><mxGeometry relative="1" as="geometry" /></mxCell><mxCell id="e32" value="" style="edgeStyle=orthogonalEdgeStyle;rounded=1;curved=1;html=1;endArrow=block;strokeColor=#d0d0d0;fontColor=#d4d4d4;fontSize=12;labelBackgroundColor=#1f2020;strokeWidth=2;" edge="1" parent="1" source="p75" target="d7"><mxGeometry relative="1" as="geometry" /></mxCell></root></mxGraphModel></diagram></mxfile>